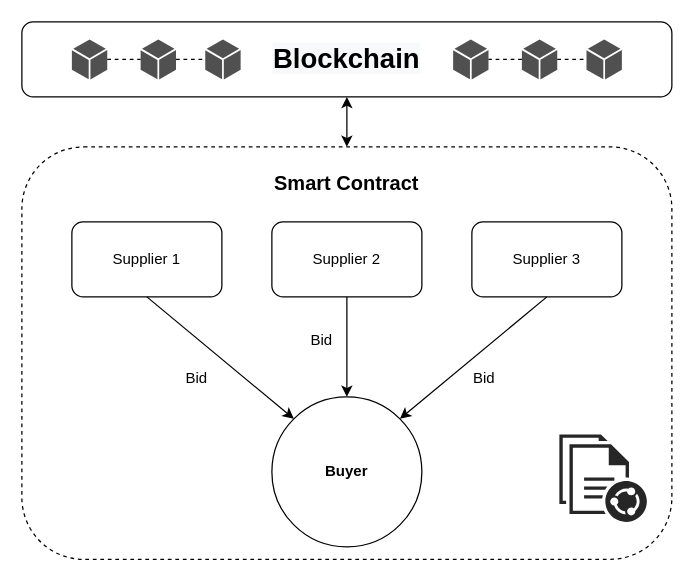
Before: Forward Auction.drawio in ariesharry/Diagrams, a draw.io diagram. Source tidied: cells renumbered, new cells numbered last; positions are measured from the earlier drawing's top-left corner, leaving out a move shared by most shapes. Both pictures are drawn from the tidied source at 125%, with x=0, y=0 at pixel (21, 21).
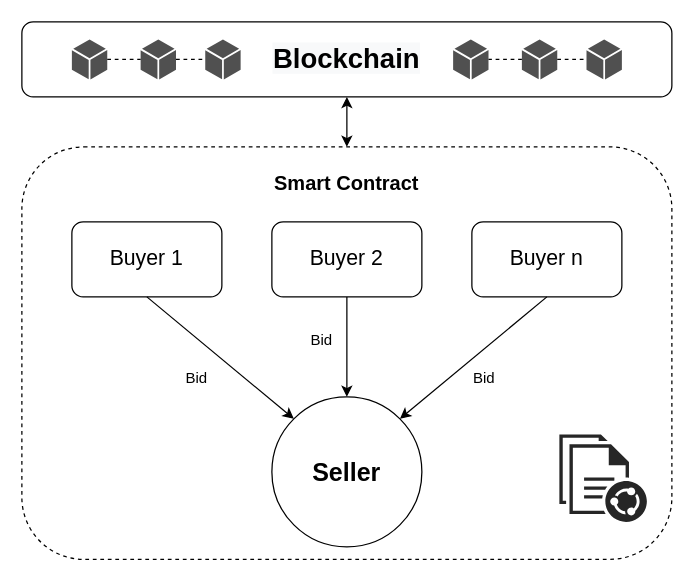
Above is the later version.

Diff of the diagram source:
```diff
@@
+    <mxCell id="12" style="rounded=1;whiteSpace=wrap;html=1;dashed=1;fillColor=none;" parent="1" vertex="1">
+      <mxGeometry y="100" width="520" height="330" as="geometry" />
+    </mxCell>
-    <mxCell id="2" value="Buyer" style="ellipse;whiteSpace=wrap;html=1;fontStyle=1;" parent="1" vertex="1">
+    <mxCell id="2" value="&lt;font style=&quot;font-size: 20px;&quot;&gt;Seller&lt;/font&gt;" style="ellipse;whiteSpace=wrap;html=1;fontStyle=1;" parent="1" vertex="1">
       <mxGeometry x="200" y="300" width="120" height="120" as="geometry" />
     </mxCell>
-    <mxCell id="3" value="Supplier 1" style="rounded=1;whiteSpace=wrap;html=1;" parent="1" vertex="1">
+    <mxCell id="3" value="&lt;font style=&quot;font-size: 17px;&quot;&gt;Buyer 1&lt;/font&gt;" style="rounded=1;whiteSpace=wrap;html=1;" parent="1" vertex="1">
       <mxGeometry x="40" y="160" width="120" height="60" as="geometry" />
     </mxCell>
-    <mxCell id="4" value="Supplier 2" style="rounded=1;whiteSpace=wrap;html=1;" parent="1" vertex="1">
+    <mxCell id="4" value="&lt;font style=&quot;font-size: 17px;&quot;&gt;Buyer 2&lt;/font&gt;" style="rounded=1;whiteSpace=wrap;html=1;" parent="1" vertex="1">
       <mxGeometry x="200" y="160" width="120" height="60" as="geometry" />
     </mxCell>
-    <mxCell id="5" value="Supplier 3" style="rounded=1;whiteSpace=wrap;html=1;" parent="1" vertex="1">
+    <mxCell id="5" value="&lt;font style=&quot;font-size: 17px;&quot;&gt;Buyer n&lt;/font&gt;" style="rounded=1;whiteSpace=wrap;html=1;" parent="1" vertex="1">
       <mxGeometry x="360" y="160" width="120" height="60" as="geometry" />
     </mxCell>
@@
-    <mxCell id="12" style="rounded=1;whiteSpace=wrap;html=1;dashed=1;fillColor=none;" parent="1" vertex="1">
-      <mxGeometry y="100" width="520" height="330" as="geometry" />
-    </mxCell>
```
